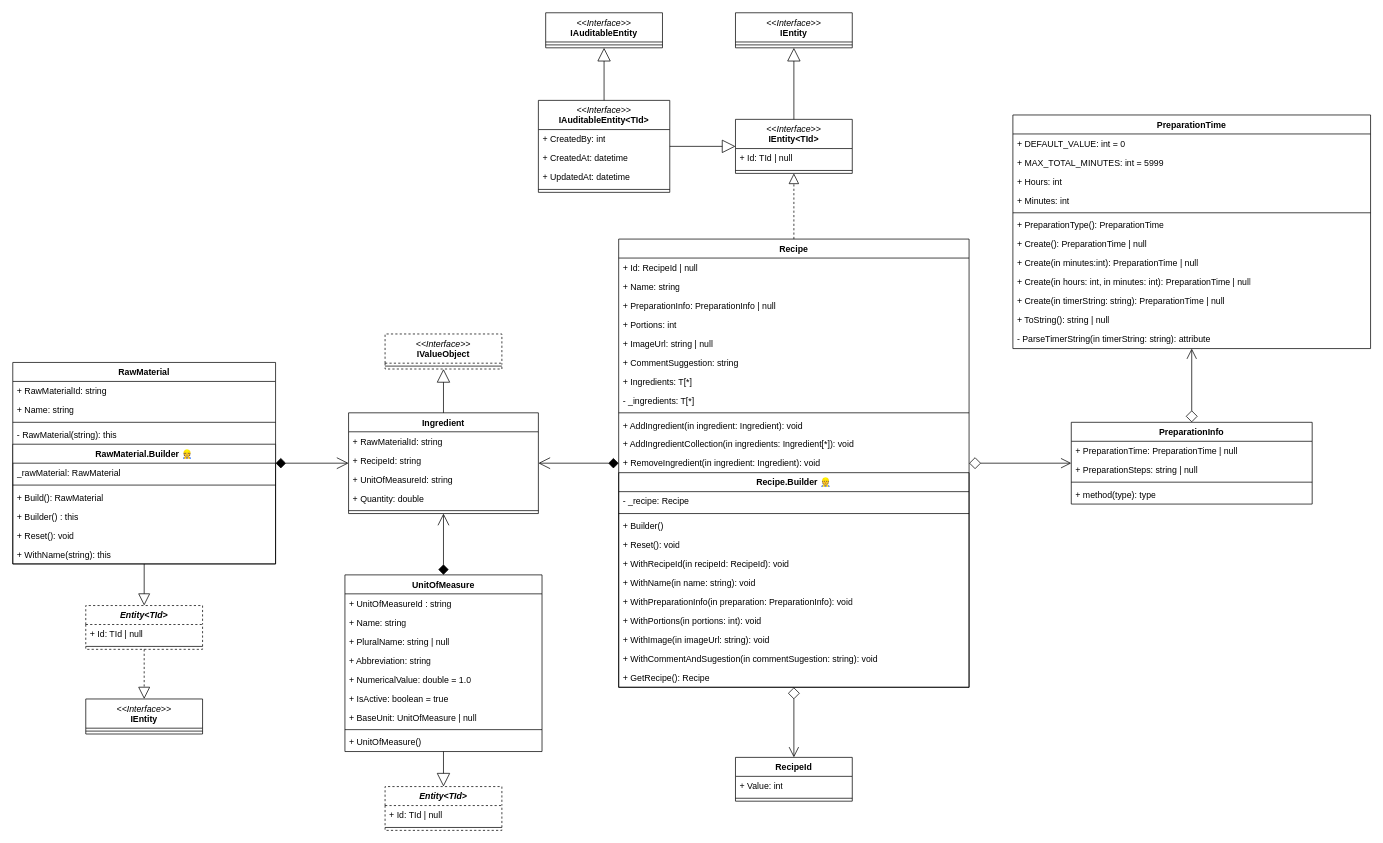
Above: page "entity-relationship" (1 of 2) of docs/er.mw-saxsay.drawio in jmayta-dev/Saxsay (draw.io), before the change. Source tidied: cells renumbered, new cells numbered last; positions are measured from the earlier drawing's top-left corner, leaving out a move shared by most shapes. Both pictures are drawn from the tidied source at 73%, with x=0, y=0 at pixel (12, 12).
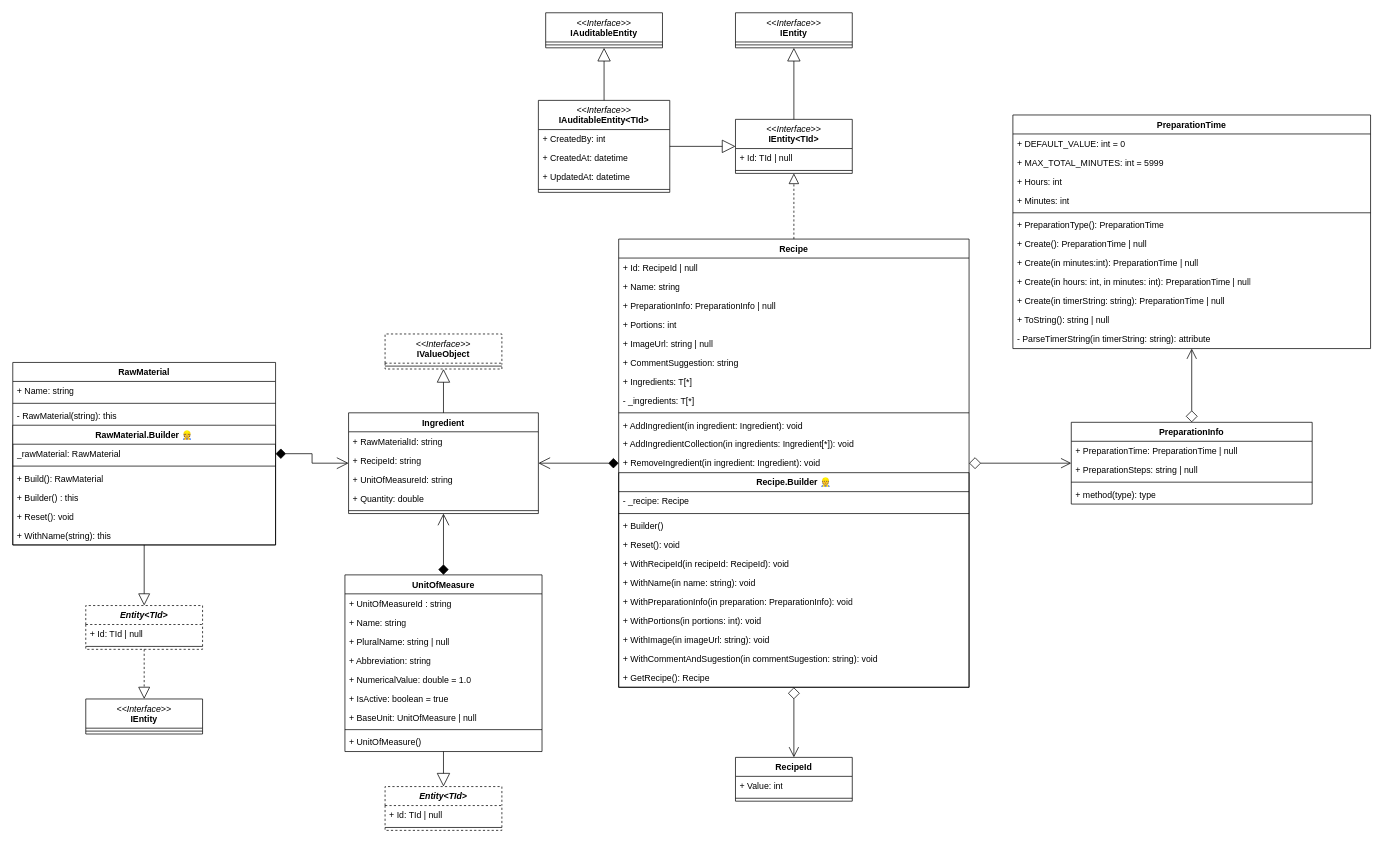
After the change.

Diff of the diagram source:
```diff
@@
     <mxCell id="91" value="RawMaterial" style="swimlane;fontStyle=1;align=center;verticalAlign=top;horizontal=1;startSize=26;whiteSpace=wrap;html=1;fontFamily=Fira Code;labelBackgroundColor=none;fillColor=none;" parent="1" vertex="1">
-      <mxGeometry y="479" width="360" height="276" as="geometry" />
+      <mxGeometry y="479" width="360" height="250" as="geometry" />
     </mxCell>
-    <mxCell id="92" value="+ RawMaterialId: string" style="text;strokeColor=none;fillColor=none;align=left;verticalAlign=top;spacingLeft=4;spacingRight=4;overflow=hidden;whiteSpace=wrap;html=1;fontFamily=Fira Code;" parent="91" vertex="1">
-      <mxGeometry y="26" width="360" height="26" as="geometry" />
-    </mxCell>
     <mxCell id="93" value="+ Name: string" style="text;strokeColor=none;fillColor=none;align=left;verticalAlign=top;spacingLeft=4;spacingRight=4;overflow=hidden;whiteSpace=wrap;html=1;fontFamily=Fira Code;" parent="91" vertex="1">
-      <mxGeometry y="52" width="360" height="26" as="geometry" />
+      <mxGeometry y="26" width="360" height="26" as="geometry" />
     </mxCell>
     <mxCell id="94" style="line;strokeWidth=1;fillColor=none;align=left;verticalAlign=middle;spacingTop=-1;spacingLeft=3;spacingRight=3;labelPosition=right;strokeColor=inherit;fontFamily=Fira Code;" parent="91" vertex="1">
-      <mxGeometry y="78" width="360" height="8" as="geometry" />
+      <mxGeometry y="52" width="360" height="8" as="geometry" />
     </mxCell>
     <mxCell id="95" value="- RawMaterial(string): this" style="text;strokeColor=none;fillColor=none;align=left;verticalAlign=top;spacingLeft=4;spacingRight=4;overflow=hidden;whiteSpace=wrap;html=1;fontFamily=Fira Code;" parent="91" vertex="1">
-      <mxGeometry y="86" width="360" height="26" as="geometry" />
+      <mxGeometry y="60" width="360" height="26" as="geometry" />
     </mxCell>
     <mxCell id="96" value="RawMaterial.Builder&amp;nbsp;👷" style="swimlane;fontStyle=1;align=center;verticalAlign=top;horizontal=1;startSize=26;whiteSpace=wrap;html=1;fontFamily=Fira Code;labelBackgroundColor=none;" parent="91" vertex="1">
-      <mxGeometry y="112" width="360" height="164" as="geometry" />
+      <mxGeometry y="86" width="360" height="164" as="geometry" />
     </mxCell>
```
